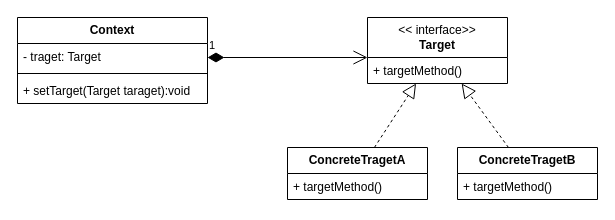
Above: strategy.drawio in joelau71/uml (draw.io), before the change. Source tidied: cells renumbered, new cells numbered last; positions are measured from the earlier drawing's top-left corner, leaving out a move shared by most shapes. Both pictures are drawn from the tidied source at 100%, with x=0, y=0 at pixel (17, 17).
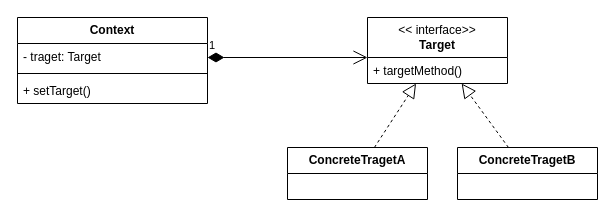
After the change.

The edit, as a diff of the source:
```diff
@@
 <mxGraphModel>
   <root>
     <mxCell id="0" />
     <mxCell id="1" parent="0" />
     <mxCell id="2" value="&amp;lt;&amp;lt; interface&amp;gt;&amp;gt;&lt;br&gt;&lt;b&gt;Target&lt;/b&gt;" style="swimlane;fontStyle=0;horizontal=1;startSize=40;fillColor=none;whiteSpace=wrap;html=1;" parent="1" vertex="1">
       <mxGeometry x="350" width="140" height="66" as="geometry" />
     </mxCell>
     <mxCell id="3" value="+ targetMethod()" style="text;strokeColor=none;fillColor=none;align=left;verticalAlign=top;spacingLeft=4;spacingRight=4;overflow=hidden;whiteSpace=wrap;html=1;" parent="2" vertex="1">
       <mxGeometry y="40" width="140" height="26" as="geometry" />
     </mxCell>
     <mxCell id="4" value="&lt;b&gt;Context&lt;/b&gt;" style="swimlane;fontStyle=0;horizontal=1;startSize=26;fillColor=none;whiteSpace=wrap;html=1;" parent="1" vertex="1">
       <mxGeometry width="190" height="86" as="geometry" />
     </mxCell>
     <mxCell id="5" value="- traget: Target" style="text;strokeColor=none;fillColor=none;align=left;verticalAlign=top;spacingLeft=4;spacingRight=4;overflow=hidden;whiteSpace=wrap;html=1;" parent="4" vertex="1">
       <mxGeometry y="26" width="190" height="26" as="geometry" />
     </mxCell>
     <mxCell id="6" style="line;strokeWidth=1;fillColor=none;align=left;verticalAlign=middle;spacingTop=-1;spacingLeft=3;spacingRight=3;labelPosition=right;strokeColor=inherit;" parent="4" vertex="1">
       <mxGeometry y="52" width="190" height="8" as="geometry" />
     </mxCell>
-    <mxCell id="7" value="+ setTarget(Target taraget):void" style="text;strokeColor=none;fillColor=none;align=left;verticalAlign=top;spacingLeft=4;spacingRight=4;overflow=hidden;whiteSpace=wrap;html=1;" parent="4" vertex="1">
+    <mxCell id="7" value="+ setTarget()" style="text;strokeColor=none;fillColor=none;align=left;verticalAlign=top;spacingLeft=4;spacingRight=4;overflow=hidden;whiteSpace=wrap;html=1;" parent="4" vertex="1">
       <mxGeometry y="60" width="190" height="26" as="geometry" />
     </mxCell>
     <mxCell id="8" value="1" style="endArrow=open;html=1;endSize=12;startArrow=diamondThin;startSize=14;startFill=1;edgeStyle=orthogonalEdgeStyle;align=left;verticalAlign=bottom;rounded=0;" parent="1" edge="1">
       <mxGeometry x="-1" y="3" relative="1" as="geometry">
         <mxPoint x="190" y="40" as="sourcePoint" />
         <mxPoint x="350" y="40" as="targetPoint" />
       </mxGeometry>
     </mxCell>
     <mxCell id="9" value="&lt;b&gt;ConcreteTragetA&lt;/b&gt;" style="swimlane;fontStyle=0;horizontal=1;startSize=26;fillColor=none;whiteSpace=wrap;html=1;" parent="1" vertex="1">
       <mxGeometry x="270" y="130" width="140" height="52" as="geometry" />
     </mxCell>
-    <mxCell id="10" value="+ targetMethod()" style="text;strokeColor=none;fillColor=none;align=left;verticalAlign=top;spacingLeft=4;spacingRight=4;overflow=hidden;whiteSpace=wrap;html=1;" parent="9" vertex="1">
-      <mxGeometry y="26" width="140" height="26" as="geometry" />
-    </mxCell>
     <mxCell id="11" value="&lt;b&gt;ConcreteTragetB&lt;/b&gt;" style="swimlane;fontStyle=0;horizontal=1;startSize=26;fillColor=none;whiteSpace=wrap;html=1;" parent="1" vertex="1">
       <mxGeometry x="440" y="130" width="140" height="52" as="geometry" />
     </mxCell>
-    <mxCell id="12" value="+ targetMethod()" style="text;strokeColor=none;fillColor=none;align=left;verticalAlign=top;spacingLeft=4;spacingRight=4;overflow=hidden;whiteSpace=wrap;html=1;" parent="11" vertex="1">
-      <mxGeometry y="26" width="140" height="26" as="geometry" />
-    </mxCell>
     <mxCell id="13" style="endArrow=block;dashed=1;endFill=0;endSize=12;html=1;rounded=0;" parent="1" edge="1" source="9" target="2">
       <mxGeometry relative="1" as="geometry" />
     </mxCell>
     <mxCell id="14" style="endArrow=block;dashed=1;endFill=0;endSize=12;html=1;rounded=0;" parent="1" edge="1" source="11" target="2">
       <mxGeometry relative="1" as="geometry" />
     </mxCell>
   </root>
 </mxGraphModel>
```
